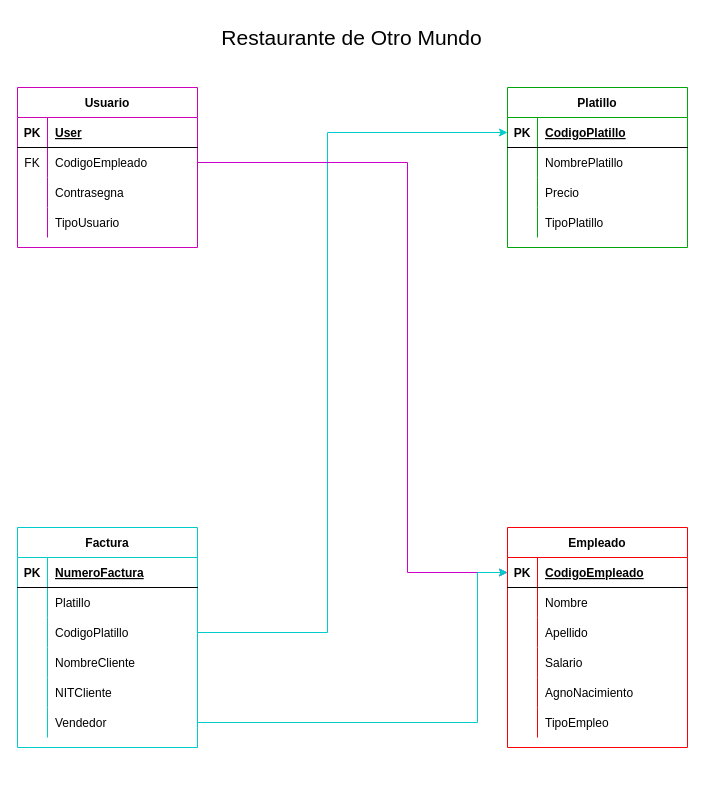
QuijiTS/ProyectoDePractica keeps this draw.io diagram as Diagrama sin título.drawio.xml. Above is the earlier version. Source tidied: cells renumbered, new cells numbered last; positions are measured from the earlier drawing's top-left corner, leaving out a move shared by most shapes. Both pictures are drawn from the tidied source at 100%, with x=0, y=0 at pixel (17, 17).
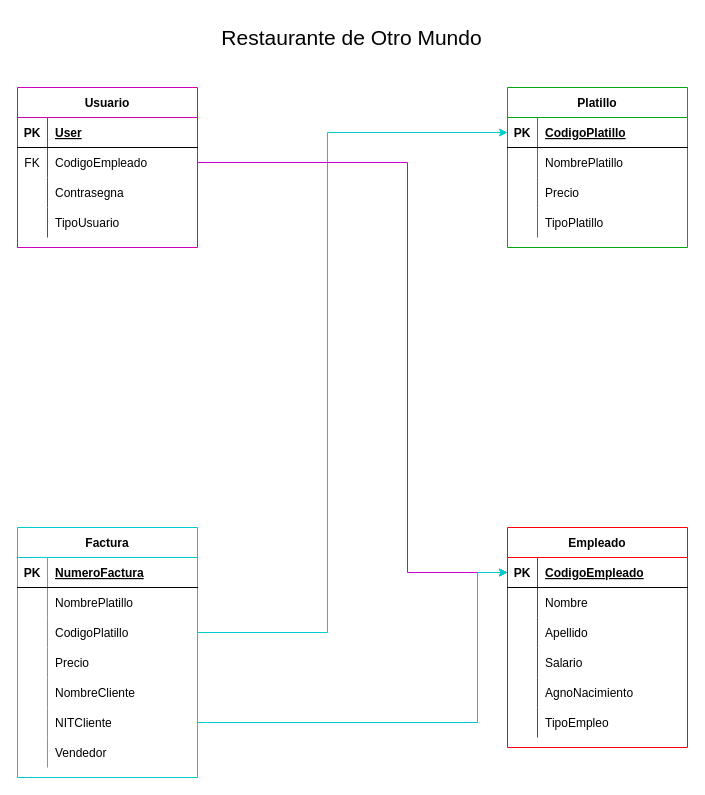
After the change.

Unchanged cells that the change refers to:
```xml
<mxCell id="32" style="shape=tableRow;horizontal=0;startSize=0;swimlaneHead=0;swimlaneBody=0;fillColor=none;top=0;left=0;right=0;bottom=0;" parent="28" vertex="1">
  <mxGeometry y="60" width="180" height="30" as="geometry" />
</mxCell>
```

The edit, as a diff of the source:
```diff
@@
     <mxCell id="28" value="Factura" style="shape=table;startSize=30;childLayout=tableLayout;rowLines=0;fontStyle=1;align=center;strokeColor=#00CCCC;" parent="1" vertex="1">
-      <mxGeometry y="510" width="180" height="220" as="geometry" />
+      <mxGeometry y="510" width="180" height="250" as="geometry" />
     </mxCell>
@@
-    <mxCell id="34" value="Platillo" style="shape=partialRectangle;fillColor=none;top=0;left=0;bottom=0;right=0;align=left;spacingLeft=6;overflow=hidden;verticalAlign=middle;" parent="32" vertex="1">
+    <mxCell id="34" value="NombrePlatillo" style="shape=partialRectangle;fillColor=none;top=0;left=0;bottom=0;right=0;align=left;spacingLeft=6;overflow=hidden;verticalAlign=middle;" parent="32" vertex="1">
       <mxGeometry x="30" width="150" height="30" as="geometry" />
     </mxCell>
@@
+    <mxCell id="70" style="shape=tableRow;horizontal=0;startSize=0;swimlaneHead=0;swimlaneBody=0;fillColor=none;top=0;left=0;right=0;bottom=0;" parent="28" vertex="1">
+      <mxGeometry y="120" width="180" height="30" as="geometry" />
+    </mxCell>
+    <mxCell id="71" style="shape=partialRectangle;fillColor=none;top=0;left=0;bottom=0;right=0;overflow=hidden;" parent="70" vertex="1">
+      <mxGeometry width="30" height="30" as="geometry" />
+    </mxCell>
+    <mxCell id="72" value="Precio" style="shape=partialRectangle;fillColor=none;top=0;left=0;bottom=0;right=0;align=left;spacingLeft=6;overflow=hidden;verticalAlign=middle;" parent="70" vertex="1">
+      <mxGeometry x="30" width="150" height="30" as="geometry" />
+    </mxCell>
     <mxCell id="38" style="shape=tableRow;horizontal=0;startSize=0;swimlaneHead=0;swimlaneBody=0;fillColor=none;top=0;left=0;right=0;bottom=0;" parent="28" vertex="1">
-      <mxGeometry y="120" width="180" height="30" as="geometry" />
+      <mxGeometry y="150" width="180" height="30" as="geometry" />
     </mxCell>
@@
     <mxCell id="41" style="shape=tableRow;horizontal=0;startSize=0;swimlaneHead=0;swimlaneBody=0;fillColor=none;top=0;left=0;right=0;bottom=0;" parent="28" vertex="1">
-      <mxGeometry y="150" width="180" height="30" as="geometry" />
+      <mxGeometry y="180" width="180" height="30" as="geometry" />
     </mxCell>
@@
     <mxCell id="44" style="shape=tableRow;horizontal=0;startSize=0;swimlaneHead=0;swimlaneBody=0;fillColor=none;points=[[0,0.5],[1,0.5]];portConstraint=eastwest;top=0;left=0;right=0;bottom=0;" parent="28" vertex="1">
-      <mxGeometry y="180" width="180" height="30" as="geometry" />
+      <mxGeometry y="210" width="180" height="30" as="geometry" />
     </mxCell>
```
